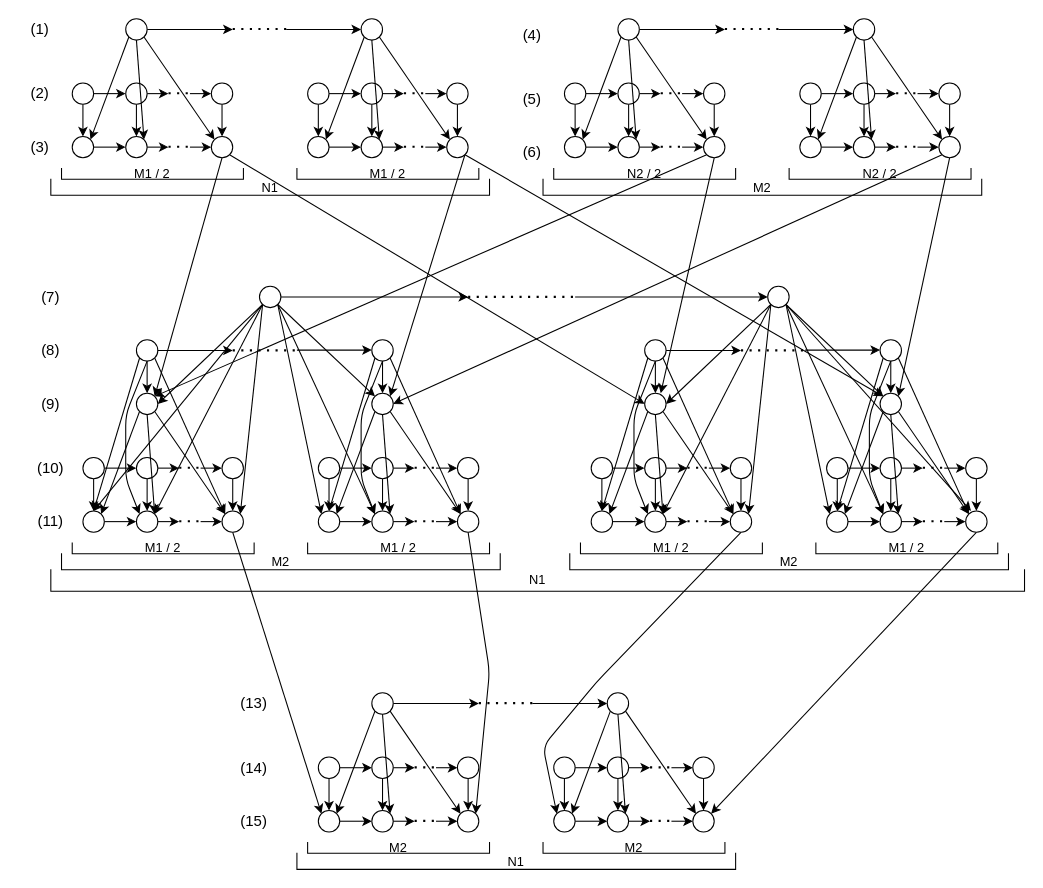
This is page "Page-1" (1 of 3) of homework/inf_history.drawio from mRrvz/bmstu-aa, a draw.io file, before an edit. Source tidied: cells renumbered, new cells numbered last; positions are measured from the earlier drawing's top-left corner, leaving out a move shared by most shapes. Both pictures are drawn from the tidied source at 107%, with x=0, y=0 at pixel (18, 18).
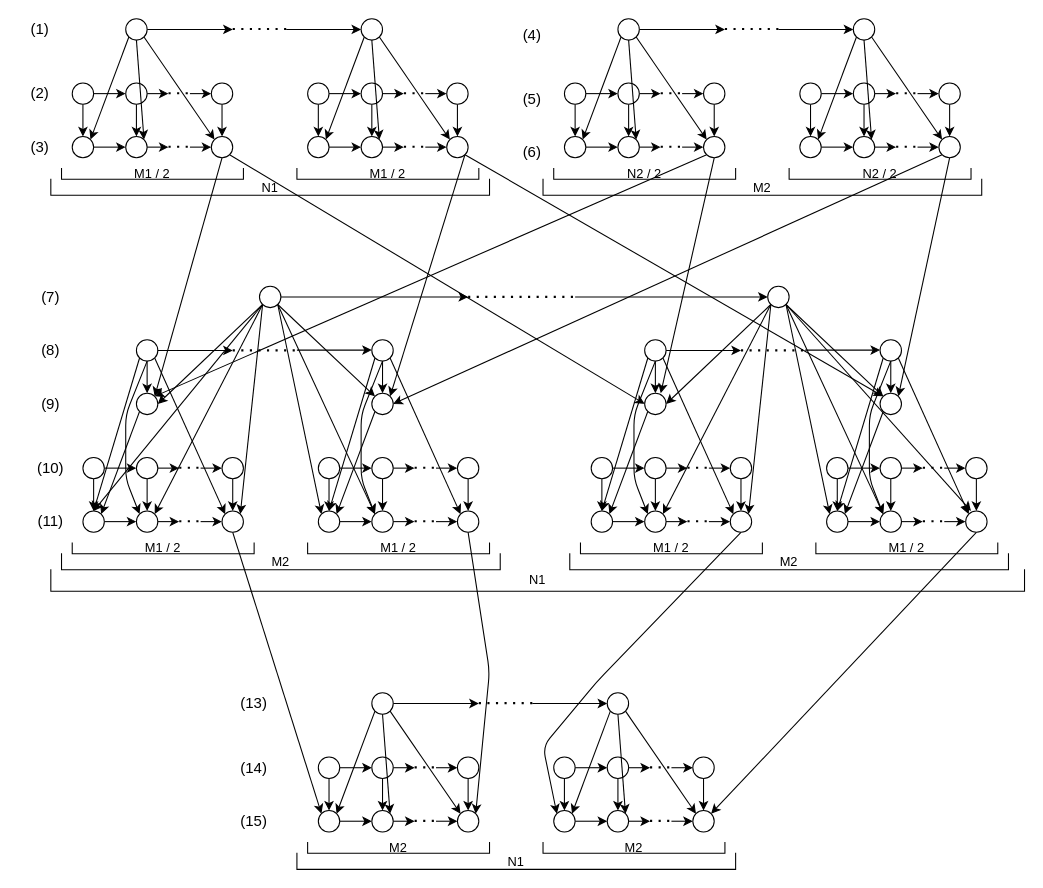
The same diagram, later.

Unchanged cells that the change refers to:
```xml
<mxCell id="146" style="ellipse;whiteSpace=wrap;html=1;" parent="1" vertex="1">
  <mxGeometry x="110" y="350" width="20" height="20" as="geometry" />
</mxCell>
<mxCell id="157" style="ellipse;whiteSpace=wrap;html=1;" parent="1" vertex="1">
  <mxGeometry x="110" y="460" width="20" height="20" as="geometry" />
</mxCell>
<mxCell id="161" style="ellipse;whiteSpace=wrap;html=1;" parent="1" vertex="1">
  <mxGeometry x="190" y="460" width="20" height="20" as="geometry" />
</mxCell>
<mxCell id="168" style="ellipse;whiteSpace=wrap;html=1;" parent="1" vertex="1">
  <mxGeometry x="330" y="350" width="20" height="20" as="geometry" />
</mxCell>
<mxCell id="179" style="ellipse;whiteSpace=wrap;html=1;" parent="1" vertex="1">
  <mxGeometry x="330" y="460" width="20" height="20" as="geometry" />
</mxCell>
<mxCell id="183" style="ellipse;whiteSpace=wrap;html=1;" parent="1" vertex="1">
  <mxGeometry x="410" y="460" width="20" height="20" as="geometry" />
</mxCell>
<mxCell id="211" style="ellipse;whiteSpace=wrap;html=1;" parent="1" vertex="1">
  <mxGeometry x="585" y="350" width="20" height="20" as="geometry" />
</mxCell>
<mxCell id="222" style="ellipse;whiteSpace=wrap;html=1;" parent="1" vertex="1">
  <mxGeometry x="585" y="460" width="20" height="20" as="geometry" />
</mxCell>
<mxCell id="226" style="ellipse;whiteSpace=wrap;html=1;" parent="1" vertex="1">
  <mxGeometry x="665" y="460" width="20" height="20" as="geometry" />
</mxCell>
<mxCell id="233" style="ellipse;whiteSpace=wrap;html=1;" parent="1" vertex="1">
  <mxGeometry x="805" y="350" width="20" height="20" as="geometry" />
</mxCell>
<mxCell id="244" style="ellipse;whiteSpace=wrap;html=1;" parent="1" vertex="1">
  <mxGeometry x="805" y="460" width="20" height="20" as="geometry" />
</mxCell>
<mxCell id="248" style="ellipse;whiteSpace=wrap;html=1;" parent="1" vertex="1">
  <mxGeometry x="885" y="460" width="20" height="20" as="geometry" />
</mxCell>
```

The edit, as a diff of the source:
```diff
@@
-    <mxCell id="165" style="endArrow=classic;html=1;exitX=1;exitY=1;exitDx=0;exitDy=0;entryX=0;entryY=0;entryDx=0;entryDy=0;" parent="1" edge="1" source="146" target="161">
-      <mxGeometry relative="1" as="geometry" />
-    </mxCell>
-    <mxCell id="166" style="endArrow=classic;html=1;exitX=0.5;exitY=1;exitDx=0;exitDy=0;entryX=1;entryY=0;entryDx=0;entryDy=0;" parent="1" edge="1" source="146" target="157">
-      <mxGeometry relative="1" as="geometry" />
-    </mxCell>
@@
-    <mxCell id="187" style="endArrow=classic;html=1;exitX=1;exitY=1;exitDx=0;exitDy=0;entryX=0;entryY=0;entryDx=0;entryDy=0;" parent="1" edge="1" source="168" target="183">
-      <mxGeometry relative="1" as="geometry" />
-    </mxCell>
-    <mxCell id="188" style="endArrow=classic;html=1;exitX=0.5;exitY=1;exitDx=0;exitDy=0;entryX=1;entryY=0;entryDx=0;entryDy=0;" parent="1" edge="1" source="168" target="179">
-      <mxGeometry relative="1" as="geometry" />
-    </mxCell>
@@
-    <mxCell id="230" style="endArrow=classic;html=1;exitX=1;exitY=1;exitDx=0;exitDy=0;entryX=0;entryY=0;entryDx=0;entryDy=0;" parent="1" edge="1" source="211" target="226">
-      <mxGeometry relative="1" as="geometry" />
-    </mxCell>
-    <mxCell id="231" style="endArrow=classic;html=1;exitX=0.5;exitY=1;exitDx=0;exitDy=0;entryX=1;entryY=0;entryDx=0;entryDy=0;" parent="1" edge="1" source="211" target="222">
-      <mxGeometry relative="1" as="geometry" />
-    </mxCell>
@@
-    <mxCell id="252" style="endArrow=classic;html=1;exitX=1;exitY=1;exitDx=0;exitDy=0;entryX=0;entryY=0;entryDx=0;entryDy=0;" parent="1" edge="1" source="233" target="248">
-      <mxGeometry relative="1" as="geometry" />
-    </mxCell>
-    <mxCell id="253" style="endArrow=classic;html=1;exitX=0.5;exitY=1;exitDx=0;exitDy=0;entryX=1;entryY=0;entryDx=0;entryDy=0;" parent="1" edge="1" source="233" target="244">
-      <mxGeometry relative="1" as="geometry" />
-    </mxCell>
```
